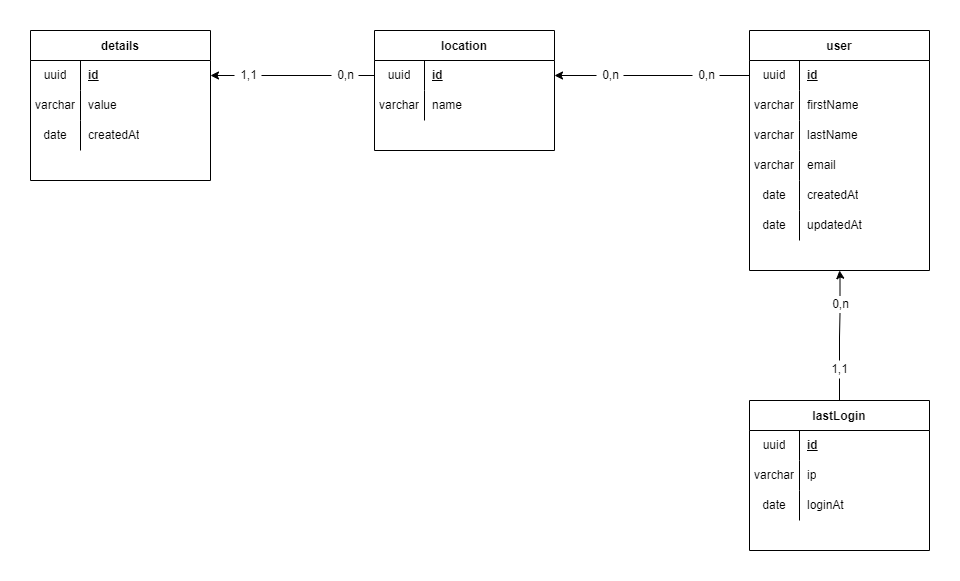
Before: docs/database-schema.png, a diagram exported from draw.io (tdrapied/dat-api). Source tidied: cells renumbered, new cells last; positions are measured from the earlier drawing's top-left corner, leaving out a move shared by most shapes.
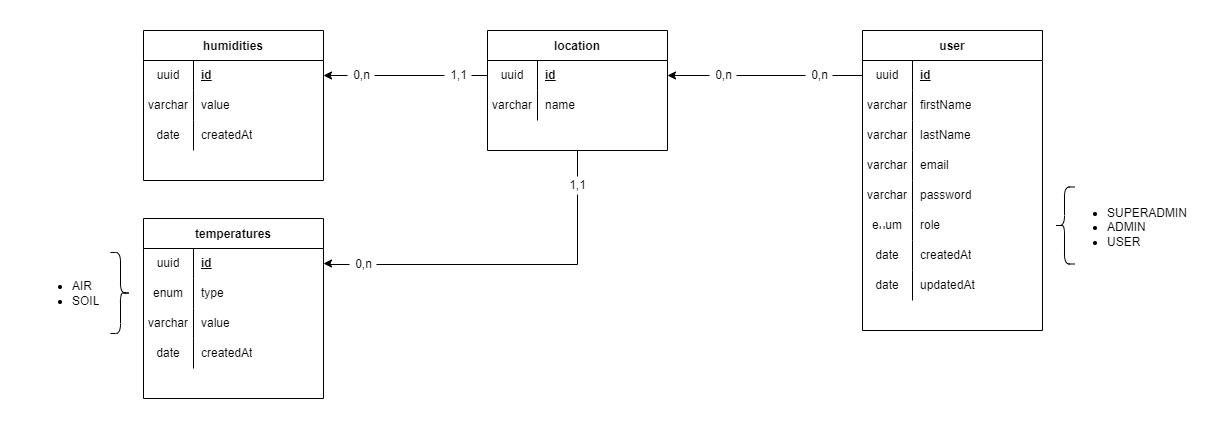
After the change.

Change to the diagram source:
```diff
@@ -2,7 +2,7 @@
   <root>
     <mxCell id="0" />
     <mxCell id="1" parent="0" />
-    <mxCell id="2" value="details" style="shape=table;startSize=30;rowLines=0;fontStyle=1;" parent="1" vertex="1">
+    <mxCell id="2" value="humidities" style="shape=table;startSize=30;rowLines=0;fontStyle=1;" parent="1" vertex="1">
       <mxGeometry width="180" height="150" as="geometry" />
     </mxCell>
     <mxCell id="3" style="shape=tableRow;horizontal=0;startSize=0;swimlaneHead=0;swimlaneBody=0;top=0;left=0;bottom=0;right=0;fillColor=none;points=[[0,0.5],[1,0.5]];portConstraint=eastwest;" parent="2" vertex="1">
@@ -57,7 +57,7 @@
       <mxGeometry relative="1" as="geometry" />
     </mxCell>
     <mxCell id="20" value="user" style="shape=table;startSize=30;rowLines=0;fontStyle=1;" parent="1" vertex="1">
-      <mxGeometry x="719" width="180" height="240" as="geometry" />
+      <mxGeometry x="719" width="180" height="300" as="geometry" />
     </mxCell>
     <mxCell id="21" style="shape=tableRow;horizontal=0;startSize=0;swimlaneHead=0;swimlaneBody=0;top=0;left=0;bottom=0;right=0;fillColor=none;points=[[0,0.5],[1,0.5]];portConstraint=eastwest;" parent="20" vertex="1">
       <mxGeometry y="30" width="180" height="30" as="geometry" />
@@ -95,8 +95,26 @@
     <mxCell id="32" value="email" style="shape=partialRectangle;html=1;whiteSpace=wrap;fillColor=none;top=0;left=0;bottom=0;right=0;align=left;spacingLeft=6;overflow=hidden;" parent="30" vertex="1">
       <mxGeometry x="50" width="130" height="30" as="geometry" />
     </mxCell>
+    <mxCell id="63" style="shape=tableRow;horizontal=0;startSize=0;swimlaneHead=0;swimlaneBody=0;top=0;left=0;bottom=0;right=0;fillColor=none;" parent="20" vertex="1">
+      <mxGeometry y="150" width="180" height="30" as="geometry" />
+    </mxCell>
+    <mxCell id="64" value="varchar" style="shape=partialRectangle;html=1;whiteSpace=wrap;fillColor=none;top=0;left=0;bottom=0;right=0;overflow=hidden;" parent="63" vertex="1">
+      <mxGeometry width="50" height="30" as="geometry" />
+    </mxCell>
+    <mxCell id="65" value="password" style="shape=partialRectangle;html=1;whiteSpace=wrap;fillColor=none;top=0;left=0;bottom=0;right=0;align=left;spacingLeft=6;overflow=hidden;" parent="63" vertex="1">
+      <mxGeometry x="50" width="130" height="30" as="geometry" />
+    </mxCell>
+    <mxCell id="66" style="shape=tableRow;horizontal=0;startSize=0;swimlaneHead=0;swimlaneBody=0;top=0;left=0;bottom=0;right=0;fillColor=none;" parent="20" vertex="1">
+      <mxGeometry y="180" width="180" height="30" as="geometry" />
+    </mxCell>
+    <mxCell id="67" value="enum" style="shape=partialRectangle;html=1;whiteSpace=wrap;fillColor=none;top=0;left=0;bottom=0;right=0;overflow=hidden;" parent="66" vertex="1">
+      <mxGeometry width="50" height="30" as="geometry" />
+    </mxCell>
+    <mxCell id="68" value="role" style="shape=partialRectangle;html=1;whiteSpace=wrap;fillColor=none;top=0;left=0;bottom=0;right=0;align=left;spacingLeft=6;overflow=hidden;" parent="66" vertex="1">
+      <mxGeometry x="50" width="130" height="30" as="geometry" />
+    </mxCell>
     <mxCell id="33" style="shape=tableRow;horizontal=0;startSize=0;swimlaneHead=0;swimlaneBody=0;top=0;left=0;bottom=0;right=0;fillColor=none;" parent="20" vertex="1">
-      <mxGeometry y="150" width="180" height="30" as="geometry" />
+      <mxGeometry y="210" width="180" height="30" as="geometry" />
     </mxCell>
     <mxCell id="34" value="date" style="shape=partialRectangle;html=1;whiteSpace=wrap;fillColor=none;top=0;left=0;bottom=0;right=0;overflow=hidden;" parent="33" vertex="1">
       <mxGeometry width="50" height="30" as="geometry" />
@@ -105,7 +123,7 @@
       <mxGeometry x="50" width="130" height="30" as="geometry" />
     </mxCell>
     <mxCell id="36" style="shape=tableRow;horizontal=0;startSize=0;swimlaneHead=0;swimlaneBody=0;top=0;left=0;bottom=0;right=0;fillColor=none;" parent="20" vertex="1">
-      <mxGeometry y="180" width="180" height="30" as="geometry" />
+      <mxGeometry y="240" width="180" height="30" as="geometry" />
     </mxCell>
     <mxCell id="37" value="date" style="shape=partialRectangle;html=1;whiteSpace=wrap;fillColor=none;top=0;left=0;bottom=0;right=0;overflow=hidden;" parent="36" vertex="1">
       <mxGeometry width="50" height="30" as="geometry" />
@@ -113,39 +131,6 @@
     <mxCell id="38" value="updatedAt" style="shape=partialRectangle;html=1;whiteSpace=wrap;fillColor=none;top=0;left=0;bottom=0;right=0;align=left;spacingLeft=6;overflow=hidden;" parent="36" vertex="1">
       <mxGeometry x="50" width="130" height="30" as="geometry" />
     </mxCell>
-    <mxCell id="39" style="edgeStyle=orthogonalEdgeStyle;rounded=0;jettySize=auto;html=1;entryX=0.5;entryY=1;entryDx=0;entryDy=0;startArrow=none;" parent="1" edge="1" source="55" target="20">
-      <mxGeometry relative="1" as="geometry" />
-    </mxCell>
-    <mxCell id="40" value="lastLogin" style="shape=table;startSize=30;rowLines=0;fontStyle=1;" parent="1" vertex="1">
-      <mxGeometry x="719" y="370" width="180" height="150" as="geometry" />
-    </mxCell>
-    <mxCell id="41" style="shape=tableRow;horizontal=0;startSize=0;swimlaneHead=0;swimlaneBody=0;top=0;left=0;bottom=0;right=0;fillColor=none;points=[[0,0.5],[1,0.5]];portConstraint=eastwest;" parent="40" vertex="1">
-      <mxGeometry y="30" width="180" height="30" as="geometry" />
-    </mxCell>
-    <mxCell id="42" value="uuid" style="shape=partialRectangle;html=1;whiteSpace=wrap;fillColor=none;top=0;left=0;bottom=0;right=0;overflow=hidden;" parent="41" vertex="1">
-      <mxGeometry width="50" height="30" as="geometry" />
-    </mxCell>
-    <mxCell id="43" value="&lt;b&gt;&lt;u&gt;id&lt;/u&gt;&lt;/b&gt;" style="shape=partialRectangle;html=1;whiteSpace=wrap;fillColor=none;top=0;left=0;bottom=0;right=0;align=left;spacingLeft=6;overflow=hidden;" parent="41" vertex="1">
-      <mxGeometry x="50" width="130" height="30" as="geometry" />
-    </mxCell>
-    <mxCell id="44" style="shape=tableRow;horizontal=0;startSize=0;swimlaneHead=0;swimlaneBody=0;top=0;left=0;bottom=0;right=0;fillColor=none;" parent="40" vertex="1">
-      <mxGeometry y="60" width="180" height="30" as="geometry" />
-    </mxCell>
-    <mxCell id="45" value="varchar" style="shape=partialRectangle;html=1;whiteSpace=wrap;fillColor=none;top=0;left=0;bottom=0;right=0;overflow=hidden;" parent="44" vertex="1">
-      <mxGeometry width="50" height="30" as="geometry" />
-    </mxCell>
-    <mxCell id="46" value="ip" style="shape=partialRectangle;html=1;whiteSpace=wrap;fillColor=none;top=0;left=0;bottom=0;right=0;align=left;spacingLeft=6;overflow=hidden;" parent="44" vertex="1">
-      <mxGeometry x="50" width="130" height="30" as="geometry" />
-    </mxCell>
-    <mxCell id="47" style="shape=tableRow;horizontal=0;startSize=0;swimlaneHead=0;swimlaneBody=0;top=0;left=0;bottom=0;right=0;fillColor=none;" parent="40" vertex="1">
-      <mxGeometry y="90" width="180" height="30" as="geometry" />
-    </mxCell>
-    <mxCell id="48" value="date" style="shape=partialRectangle;html=1;whiteSpace=wrap;fillColor=none;top=0;left=0;bottom=0;right=0;overflow=hidden;" parent="47" vertex="1">
-      <mxGeometry width="50" height="30" as="geometry" />
-    </mxCell>
-    <mxCell id="49" value="loginAt" style="shape=partialRectangle;html=1;whiteSpace=wrap;fillColor=none;top=0;left=0;bottom=0;right=0;align=left;spacingLeft=6;overflow=hidden;" parent="47" vertex="1">
-      <mxGeometry x="50" width="130" height="30" as="geometry" />
-    </mxCell>
     <mxCell id="50" style="edgeStyle=orthogonalEdgeStyle;rounded=0;jettySize=auto;html=1;exitX=0;exitY=0.5;exitDx=0;exitDy=0;startArrow=none;" parent="1" edge="1" source="51" target="13">
       <mxGeometry relative="1" as="geometry" />
     </mxCell>
@@ -161,29 +146,87 @@
     <mxCell id="54" style="edgeStyle=orthogonalEdgeStyle;rounded=0;jettySize=auto;html=1;exitX=0;exitY=0.5;exitDx=0;exitDy=0;endArrow=none;" parent="1" edge="1" source="21" target="53">
       <mxGeometry relative="1" as="geometry" />
     </mxCell>
-    <mxCell id="55" value="0,n" style="text;html=1;align=center;verticalAlign=middle;points=[];strokeColor=none;fillColor=none;" parent="1" vertex="1">
-      <mxGeometry x="796" y="265" width="27" height="18" as="geometry" />
-    </mxCell>
-    <mxCell id="56" style="edgeStyle=orthogonalEdgeStyle;rounded=0;jettySize=auto;html=1;entryX=0.5;entryY=1;entryDx=0;entryDy=0;endArrow=none;startArrow=none;" parent="1" edge="1" source="57" target="55">
-      <mxGeometry relative="1" as="geometry" />
-    </mxCell>
-    <mxCell id="57" value="1,1" style="text;html=1;align=center;verticalAlign=middle;points=[];strokeColor=none;fillColor=none;" parent="1" vertex="1">
-      <mxGeometry x="795.5" y="330" width="27" height="18" as="geometry" />
-    </mxCell>
-    <mxCell id="58" style="edgeStyle=orthogonalEdgeStyle;rounded=0;jettySize=auto;html=1;entryX=0.5;entryY=1;entryDx=0;entryDy=0;endArrow=none;" parent="1" edge="1" source="40" target="57">
-      <mxGeometry relative="1" as="geometry" />
-    </mxCell>
-    <mxCell id="59" value="0,n" style="text;html=1;align=center;verticalAlign=middle;points=[];strokeColor=none;fillColor=none;" parent="1" vertex="1">
+    <mxCell id="59" value="1,1" style="text;html=1;align=center;verticalAlign=middle;points=[];strokeColor=none;fillColor=none;" parent="1" vertex="1">
       <mxGeometry x="301" y="36" width="27" height="18" as="geometry" />
     </mxCell>
     <mxCell id="60" style="edgeStyle=orthogonalEdgeStyle;rounded=0;jettySize=auto;html=1;exitX=0;exitY=0.5;exitDx=0;exitDy=0;entryX=1;entryY=0.5;entryDx=0;entryDy=0;endArrow=none;" parent="1" edge="1" source="13" target="59">
       <mxGeometry relative="1" as="geometry" />
     </mxCell>
-    <mxCell id="61" value="1,1" style="text;html=1;align=center;verticalAlign=middle;points=[];strokeColor=none;fillColor=none;" parent="1" vertex="1">
+    <mxCell id="61" value="0,n" style="text;html=1;align=center;verticalAlign=middle;points=[];strokeColor=none;fillColor=none;" parent="1" vertex="1">
       <mxGeometry x="204" y="36" width="27" height="18" as="geometry" />
     </mxCell>
     <mxCell id="62" style="edgeStyle=orthogonalEdgeStyle;rounded=0;jettySize=auto;html=1;exitX=0;exitY=0.5;exitDx=0;exitDy=0;entryX=1;entryY=0.5;entryDx=0;entryDy=0;startArrow=none;endArrow=none;" parent="1" edge="1" source="59" target="61">
       <mxGeometry relative="1" as="geometry" />
     </mxCell>
+    <mxCell id="69" value="temperatures" style="shape=table;startSize=30;rowLines=0;fontStyle=1;" parent="1" vertex="1">
+      <mxGeometry y="188" width="180" height="180" as="geometry" />
+    </mxCell>
+    <mxCell id="41" style="shape=tableRow;horizontal=0;startSize=0;swimlaneHead=0;swimlaneBody=0;top=0;left=0;bottom=0;right=0;fillColor=none;points=[[0,0.5],[1,0.5]];portConstraint=eastwest;" parent="69" vertex="1">
+      <mxGeometry y="30" width="180" height="30" as="geometry" />
+    </mxCell>
+    <mxCell id="42" value="uuid" style="shape=partialRectangle;html=1;whiteSpace=wrap;fillColor=none;top=0;left=0;bottom=0;right=0;overflow=hidden;" parent="41" vertex="1">
+      <mxGeometry width="50" height="30" as="geometry" />
+    </mxCell>
+    <mxCell id="43" value="&lt;b&gt;&lt;u&gt;id&lt;/u&gt;&lt;/b&gt;" style="shape=partialRectangle;html=1;whiteSpace=wrap;fillColor=none;top=0;left=0;bottom=0;right=0;align=left;spacingLeft=6;overflow=hidden;" parent="41" vertex="1">
+      <mxGeometry x="50" width="130" height="30" as="geometry" />
+    </mxCell>
+    <mxCell id="44" style="shape=tableRow;horizontal=0;startSize=0;swimlaneHead=0;swimlaneBody=0;top=0;left=0;bottom=0;right=0;fillColor=none;" parent="69" vertex="1">
+      <mxGeometry y="60" width="180" height="30" as="geometry" />
+    </mxCell>
+    <mxCell id="70" value="enum" style="shape=partialRectangle;html=1;whiteSpace=wrap;fillColor=none;top=0;left=0;bottom=0;right=0;overflow=hidden;" parent="44" vertex="1">
+      <mxGeometry width="50" height="30" as="geometry" />
+    </mxCell>
+    <mxCell id="71" value="type" style="shape=partialRectangle;html=1;whiteSpace=wrap;fillColor=none;top=0;left=0;bottom=0;right=0;align=left;spacingLeft=6;overflow=hidden;" parent="44" vertex="1">
+      <mxGeometry x="50" width="130" height="30" as="geometry" />
+    </mxCell>
+    <mxCell id="47" style="shape=tableRow;horizontal=0;startSize=0;swimlaneHead=0;swimlaneBody=0;top=0;left=0;bottom=0;right=0;fillColor=none;" parent="69" vertex="1">
+      <mxGeometry y="90" width="180" height="30" as="geometry" />
+    </mxCell>
+    <mxCell id="72" value="varchar" style="shape=partialRectangle;html=1;whiteSpace=wrap;fillColor=none;top=0;left=0;bottom=0;right=0;overflow=hidden;" parent="47" vertex="1">
+      <mxGeometry width="50" height="30" as="geometry" />
+    </mxCell>
+    <mxCell id="73" value="value" style="shape=partialRectangle;html=1;whiteSpace=wrap;fillColor=none;top=0;left=0;bottom=0;right=0;align=left;spacingLeft=6;overflow=hidden;" parent="47" vertex="1">
+      <mxGeometry x="50" width="130" height="30" as="geometry" />
+    </mxCell>
+    <mxCell id="74" style="shape=tableRow;horizontal=0;startSize=0;swimlaneHead=0;swimlaneBody=0;top=0;left=0;bottom=0;right=0;fillColor=none;" parent="69" vertex="1">
+      <mxGeometry y="120" width="180" height="30" as="geometry" />
+    </mxCell>
+    <mxCell id="48" value="date" style="shape=partialRectangle;html=1;whiteSpace=wrap;fillColor=none;top=0;left=0;bottom=0;right=0;overflow=hidden;" parent="74" vertex="1">
+      <mxGeometry width="50" height="30" as="geometry" />
+    </mxCell>
+    <mxCell id="75" value="createdAt" style="shape=partialRectangle;html=1;whiteSpace=wrap;fillColor=none;top=0;left=0;bottom=0;right=0;align=left;spacingLeft=6;overflow=hidden;" parent="74" vertex="1">
+      <mxGeometry x="50" width="130" height="30" as="geometry" />
+    </mxCell>
+    <mxCell id="76" style="edgeStyle=orthogonalEdgeStyle;rounded=0;jettySize=auto;html=1;entryX=1;entryY=0.5;entryDx=0;entryDy=0;" parent="1" edge="1" source="55" target="41">
+      <mxGeometry relative="1" as="geometry" />
+    </mxCell>
+    <mxCell id="55" value="0,n" style="text;html=1;align=center;verticalAlign=middle;points=[];strokeColor=none;fillColor=none;" parent="1" vertex="1">
+      <mxGeometry x="206" y="225" width="27" height="18" as="geometry" />
+    </mxCell>
+    <mxCell id="56" style="edgeStyle=orthogonalEdgeStyle;rounded=0;jettySize=auto;html=1;endArrow=none;startArrow=none;" parent="1" edge="1" source="57" target="55">
+      <mxGeometry relative="1" as="geometry">
+        <Array as="points">
+          <mxPoint x="434" y="234" />
+        </Array>
+      </mxGeometry>
+    </mxCell>
+    <mxCell id="57" value="1,1" style="text;html=1;align=center;verticalAlign=middle;points=[];strokeColor=none;fillColor=none;" parent="1" vertex="1">
+      <mxGeometry x="420.5" y="146" width="27" height="18" as="geometry" />
+    </mxCell>
+    <mxCell id="77" style="edgeStyle=orthogonalEdgeStyle;rounded=0;jettySize=auto;html=1;endArrow=none;" parent="1" edge="1" source="12" target="57">
+      <mxGeometry relative="1" as="geometry" />
+    </mxCell>
+    <mxCell id="78" style="shape=curlyBracket;whiteSpace=wrap;html=1;rounded=1;flipH=1;" parent="1" vertex="1">
+      <mxGeometry x="-33" y="222" width="20" height="81" as="geometry" />
+    </mxCell>
+    <mxCell id="79" value="&lt;ul&gt;&lt;li&gt;AIR&lt;/li&gt;&lt;li&gt;SOIL&lt;/li&gt;&lt;/ul&gt;" style="text;strokeColor=none;fillColor=none;html=1;whiteSpace=wrap;verticalAlign=middle;overflow=hidden;" parent="1" vertex="1">
+      <mxGeometry x="-113" y="223" width="90" height="80" as="geometry" />
+    </mxCell>
+    <mxCell id="80" style="shape=curlyBracket;whiteSpace=wrap;html=1;rounded=1;" parent="1" vertex="1">
+      <mxGeometry x="911" y="156.5" width="20" height="77" as="geometry" />
+    </mxCell>
+    <mxCell id="81" value="&lt;ul&gt;&lt;li&gt;SUPERADMIN&lt;/li&gt;&lt;li&gt;ADMIN&lt;/li&gt;&lt;li&gt;USER&lt;/li&gt;&lt;/ul&gt;" style="text;strokeColor=none;fillColor=none;html=1;whiteSpace=wrap;verticalAlign=middle;overflow=hidden;" parent="1" vertex="1">
+      <mxGeometry x="922" y="156.5" width="132" height="80" as="geometry" />
+    </mxCell>
   </root>
 </mxGraphModel>
```
